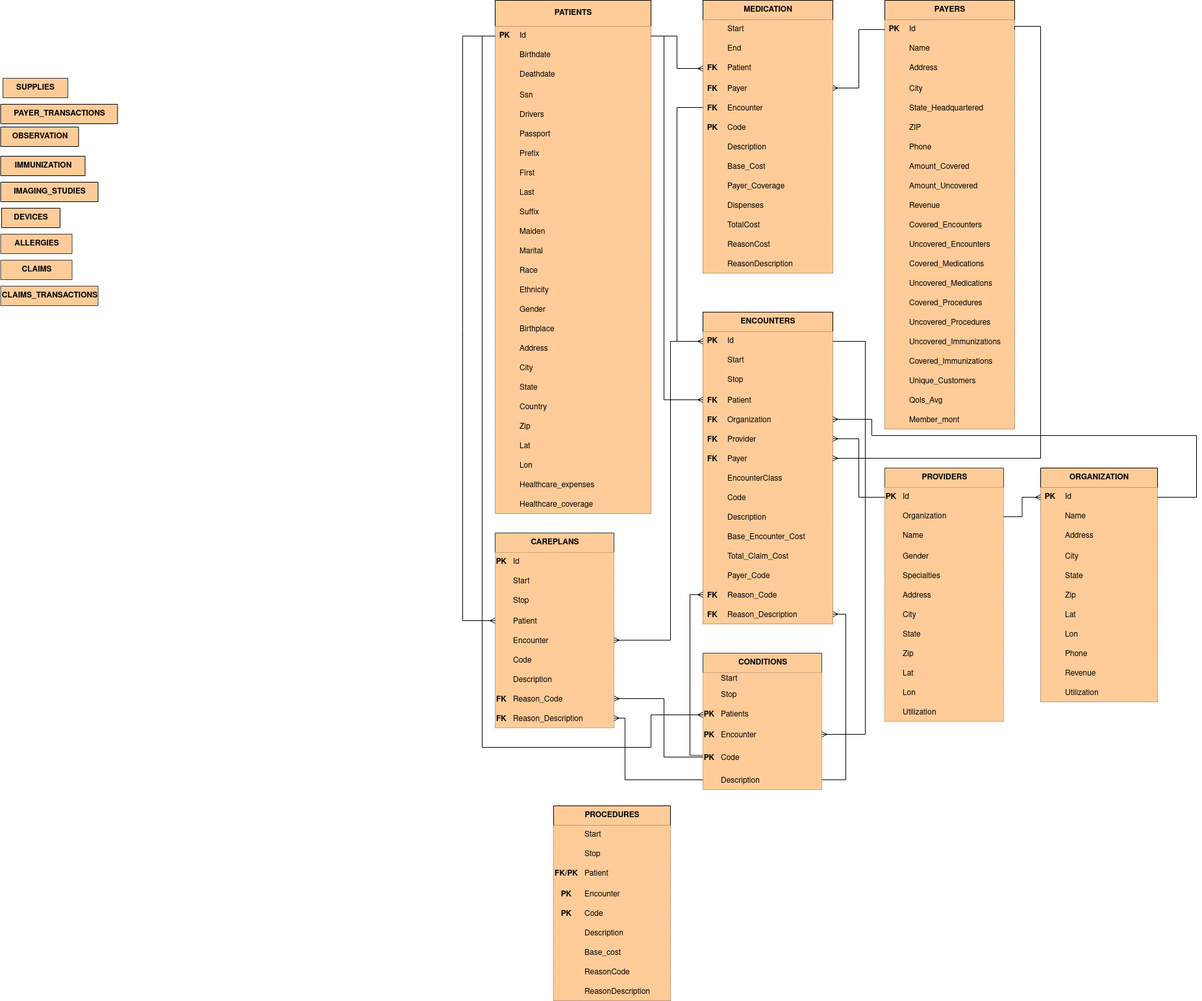
The draw.io diagram BigDataProject.drawio.png in UtsuroNoArashi/BigDataProject, before a commit. Source tidied: cells renumbered, new cells last; positions are measured from the earlier drawing's top-left corner, leaving out a move shared by most shapes.
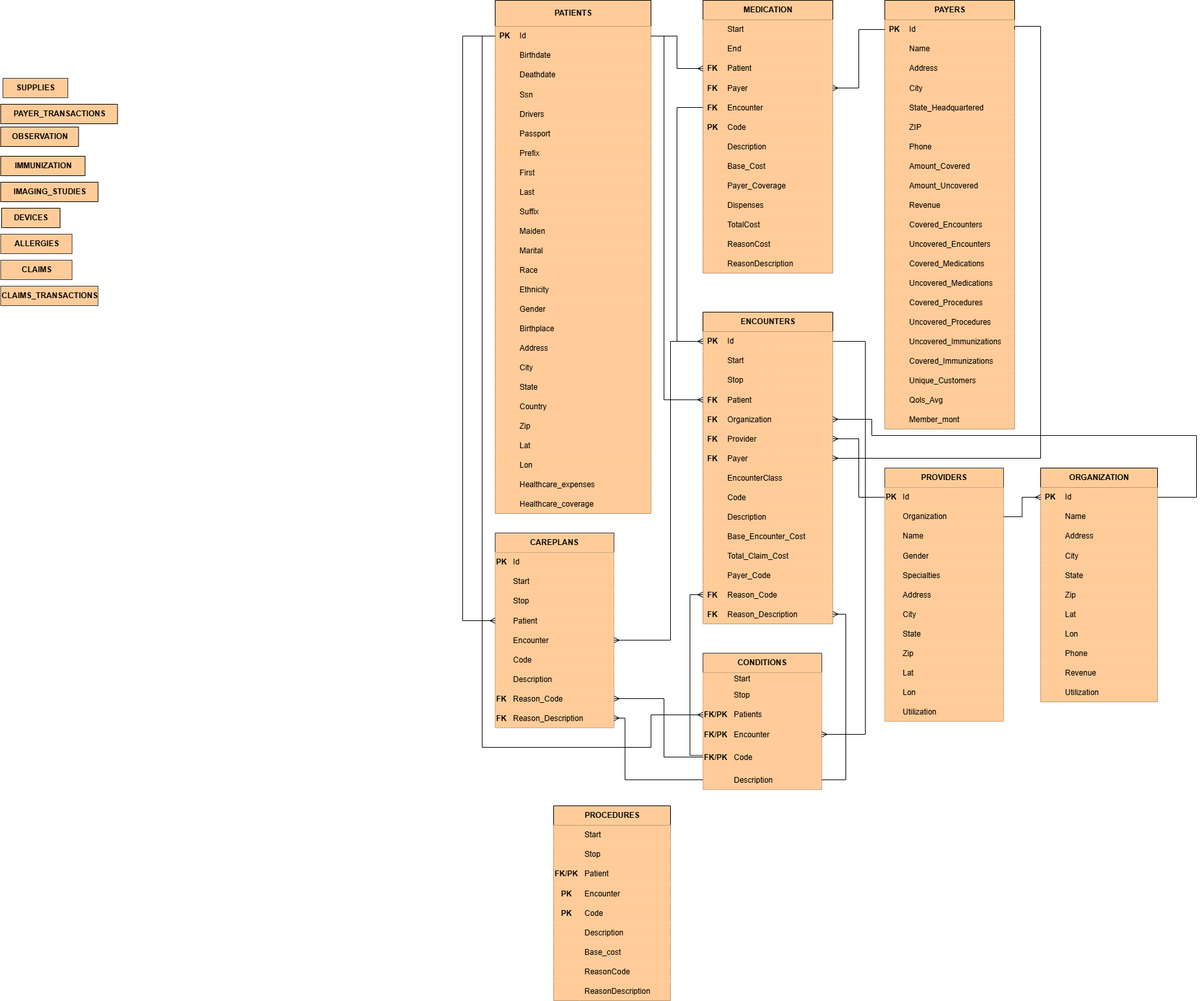
Above is the later version.

Diff of the diagram source:
```diff
@@ -1147,55 +1147,55 @@
       <mxGeometry y="30" width="183" height="20" as="geometry" />
     </mxCell>
     <mxCell id="374" style="shape=partialRectangle;fillColor=light-dark(#FFCC99,#B98351);top=0;left=0;bottom=0;right=0;overflow=hidden;whiteSpace=wrap;html=1;strokeColor=light-dark(#36393D,#DDE2E4);fontColor=light-dark(#000000,#000000);" parent="373" vertex="1">
-      <mxGeometry width="20" height="20" as="geometry" />
+      <mxGeometry width="40" height="20" as="geometry" />
     </mxCell>
     <mxCell id="375" value="Start" style="shape=partialRectangle;fillColor=light-dark(#FFCC99,#B98351);top=0;left=0;bottom=0;right=0;align=left;spacingLeft=6;overflow=hidden;whiteSpace=wrap;html=1;strokeColor=default;fontColor=light-dark(#000000,#000000);" parent="373" vertex="1">
-      <mxGeometry x="20" width="163" height="20" as="geometry" />
+      <mxGeometry x="40" width="143" height="20" as="geometry" />
     </mxCell>
     <mxCell id="376" style="shape=tableRow;horizontal=0;startSize=0;swimlaneHead=0;swimlaneBody=0;fillColor=light-dark(#FFCC99,#B98351);top=0;left=0;right=0;bottom=0;strokeColor=light-dark(#36393D,#DDE2E4);fontColor=light-dark(#000000,#000000);" parent="372" vertex="1">
       <mxGeometry y="50" width="183" height="30" as="geometry" />
     </mxCell>
     <mxCell id="377" style="shape=partialRectangle;fillColor=light-dark(#FFCC99,#B98351);top=0;left=0;bottom=0;right=0;overflow=hidden;whiteSpace=wrap;html=1;strokeColor=light-dark(#36393D,#DDE2E4);fontColor=light-dark(#000000,#000000);" parent="376" vertex="1">
-      <mxGeometry width="20" height="30" as="geometry" />
+      <mxGeometry width="40" height="30" as="geometry" />
     </mxCell>
     <mxCell id="378" value="Stop" style="shape=partialRectangle;fillColor=light-dark(#FFCC99,#B98351);top=0;left=0;bottom=0;right=0;align=left;spacingLeft=6;overflow=hidden;whiteSpace=wrap;html=1;strokeColor=default;fontColor=light-dark(#000000,#000000);" parent="376" vertex="1">
-      <mxGeometry x="20" width="163" height="30" as="geometry" />
+      <mxGeometry x="40" width="143" height="30" as="geometry" />
     </mxCell>
     <mxCell id="379" style="shape=tableRow;horizontal=0;startSize=0;swimlaneHead=0;swimlaneBody=0;fillColor=light-dark(#FFCC99,#B98351);points=[[0,0.5],[1,0.5]];portConstraint=eastwest;top=0;left=0;right=0;bottom=0;strokeColor=light-dark(#36393D,#DDE2E4);fontColor=light-dark(#000000,#000000);" parent="372" vertex="1">
       <mxGeometry y="80" width="183" height="30" as="geometry" />
     </mxCell>
-    <mxCell id="380" value="&lt;b&gt;PK&lt;/b&gt;" style="shape=partialRectangle;fillColor=light-dark(#FFCC99,#B98351);top=0;left=0;bottom=0;right=0;overflow=hidden;whiteSpace=wrap;html=1;strokeColor=light-dark(#36393D,#DDE2E4);fontColor=light-dark(#000000,#000000);" parent="379" vertex="1">
-      <mxGeometry width="20" height="30" as="geometry" />
+    <mxCell id="380" value="&lt;b&gt;FK/PK&lt;/b&gt;" style="shape=partialRectangle;fillColor=light-dark(#FFCC99,#B98351);top=0;left=0;bottom=0;right=0;overflow=hidden;whiteSpace=wrap;html=1;strokeColor=light-dark(#36393D,#DDE2E4);fontColor=light-dark(#000000,#000000);" parent="379" vertex="1">
+      <mxGeometry width="40" height="30" as="geometry" />
     </mxCell>
     <mxCell id="381" value="Patients" style="shape=partialRectangle;fillColor=light-dark(#FFCC99,#B98351);top=0;left=0;bottom=0;right=0;align=left;spacingLeft=6;overflow=hidden;whiteSpace=wrap;html=1;strokeColor=default;fontColor=light-dark(#000000,#000000);" parent="379" vertex="1">
-      <mxGeometry x="20" width="163" height="30" as="geometry" />
+      <mxGeometry x="40" width="143" height="30" as="geometry" />
     </mxCell>
     <mxCell id="382" style="shape=tableRow;horizontal=0;startSize=0;swimlaneHead=0;swimlaneBody=0;fillColor=light-dark(#FFCC99,#B98351);points=[[0,0.5],[1,0.5]];portConstraint=eastwest;top=0;left=0;right=0;bottom=0;strokeColor=light-dark(#36393D,#DDE2E4);fontColor=light-dark(#000000,#000000);" parent="372" vertex="1">
       <mxGeometry y="110" width="183" height="30" as="geometry" />
     </mxCell>
-    <mxCell id="383" value="PK" style="shape=partialRectangle;fillColor=light-dark(#FFCC99,#B98351);top=0;left=0;bottom=0;right=0;overflow=hidden;strokeColor=light-dark(#36393D,#DDE2E4);fontColor=light-dark(#000000,#000000);fontStyle=1;" parent="382" vertex="1">
-      <mxGeometry width="20" height="30" as="geometry" />
+    <mxCell id="383" value="FK/PK" style="shape=partialRectangle;fillColor=light-dark(#FFCC99,#B98351);top=0;left=0;bottom=0;right=0;overflow=hidden;strokeColor=light-dark(#36393D,#DDE2E4);fontColor=light-dark(#000000,#000000);fontStyle=1;" parent="382" vertex="1">
+      <mxGeometry width="40" height="30" as="geometry" />
     </mxCell>
     <mxCell id="384" value="Encounter" style="shape=partialRectangle;fillColor=light-dark(#FFCC99,#B98351);top=0;left=0;bottom=0;right=0;align=left;spacingLeft=6;overflow=hidden;strokeColor=default;fontColor=light-dark(#000000,#000000);" parent="382" vertex="1">
-      <mxGeometry x="20" width="163" height="30" as="geometry" />
+      <mxGeometry x="40" width="143" height="30" as="geometry" />
     </mxCell>
     <mxCell id="385" style="shape=tableRow;horizontal=0;startSize=0;swimlaneHead=0;swimlaneBody=0;fillColor=light-dark(#FFCC99,#B98351);points=[[0,0.5],[1,0.5]];portConstraint=eastwest;top=0;left=0;right=0;bottom=0;strokeColor=light-dark(#36393D,#DDE2E4);fontColor=light-dark(#000000,#000000);" parent="372" vertex="1">
       <mxGeometry y="140" width="183" height="40" as="geometry" />
     </mxCell>
-    <mxCell id="386" value="PK" style="shape=partialRectangle;fillColor=light-dark(#FFCC99,#B98351);top=0;left=0;bottom=0;right=0;overflow=hidden;strokeColor=light-dark(#36393D,#DDE2E4);fontColor=light-dark(#000000,#000000);fontStyle=1;" parent="385" vertex="1">
-      <mxGeometry width="20" height="40" as="geometry" />
+    <mxCell id="386" value="FK/PK" style="shape=partialRectangle;fillColor=light-dark(#FFCC99,#B98351);top=0;left=0;bottom=0;right=0;overflow=hidden;strokeColor=light-dark(#36393D,#DDE2E4);fontColor=light-dark(#000000,#000000);fontStyle=1;" parent="385" vertex="1">
+      <mxGeometry width="40" height="40" as="geometry" />
     </mxCell>
     <mxCell id="387" value="Code" style="shape=partialRectangle;fillColor=light-dark(#FFCC99,#B98351);top=0;left=0;bottom=0;right=0;align=left;spacingLeft=6;overflow=hidden;strokeColor=default;fontColor=light-dark(#000000,#000000);" parent="385" vertex="1">
-      <mxGeometry x="20" width="163" height="40" as="geometry" />
+      <mxGeometry x="40" width="143" height="40" as="geometry" />
     </mxCell>
     <mxCell id="388" style="shape=tableRow;horizontal=0;startSize=0;swimlaneHead=0;swimlaneBody=0;fillColor=light-dark(#FFCC99,#B98351);points=[[0,0.5],[1,0.5]];portConstraint=eastwest;top=0;left=0;right=0;bottom=0;strokeColor=light-dark(#36393D,#DDE2E4);fontColor=light-dark(#000000,#000000);" parent="372" vertex="1">
       <mxGeometry y="180" width="183" height="30" as="geometry" />
     </mxCell>
     <mxCell id="389" style="shape=partialRectangle;fillColor=light-dark(#FFCC99,#B98351);top=0;left=0;bottom=0;right=0;overflow=hidden;strokeColor=light-dark(#36393D,#DDE2E4);fontColor=light-dark(#000000,#000000);" parent="388" vertex="1">
-      <mxGeometry width="20" height="30" as="geometry" />
+      <mxGeometry width="40" height="30" as="geometry" />
     </mxCell>
     <mxCell id="390" value="Description" style="shape=partialRectangle;fillColor=light-dark(#FFCC99,#B98351);top=0;left=0;bottom=0;right=0;align=left;spacingLeft=6;overflow=hidden;strokeColor=default;fontColor=light-dark(#000000,#000000);" parent="388" vertex="1">
-      <mxGeometry x="20" width="163" height="30" as="geometry" />
+      <mxGeometry x="40" width="143" height="30" as="geometry" />
     </mxCell>
     <mxCell id="391" style="edgeStyle=orthogonalEdgeStyle;rounded=0;jettySize=auto;html=1;exitX=1;exitY=0.5;exitDx=0;exitDy=0;entryX=1;entryY=0.5;entryDx=0;entryDy=0;endArrow=ERmany;endFill=0;" parent="1" edge="1" source="388" target="360">
       <mxGeometry relative="1" as="geometry" />
```
